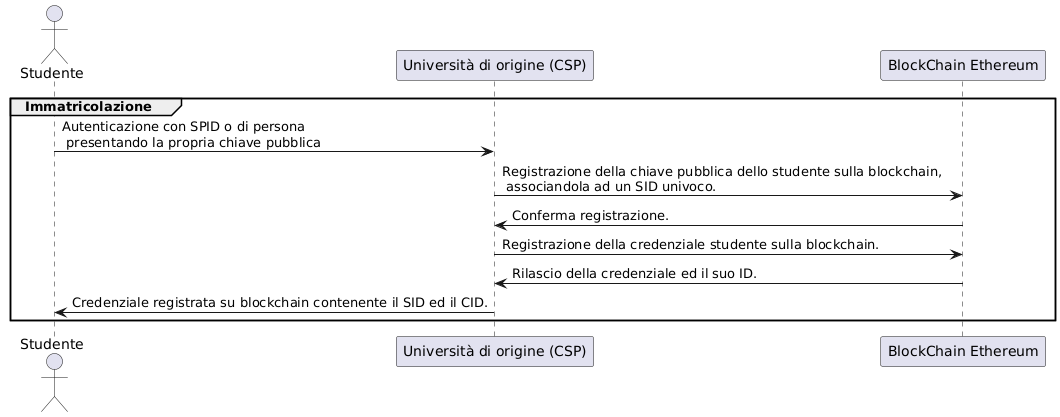
antocarbone/ProjectWorkAPS keeps this PlantUML diagram as UML/ImmatricolazioneUNISA.png. Above is the earlier version. Source of this version:
```plantuml
@startuml
actor Studente as s
    participant "Università di origine (CSP)" as uorigin
    participant "BlockChain Ethereum" as ether

    group Immatricolazione
    s -> uorigin : Autenticazione con SPID o di persona\n presentando la propria chiave pubblica

    uorigin -> ether : Registrazione della chiave pubblica dello studente sulla blockchain, \n associandola ad un SID univoco.
    ether -> uorigin : Conferma registrazione.
    uorigin -> ether : Registrazione della credenziale studente sulla blockchain.
    ether -> uorigin : Rilascio della credenziale ed il suo ID.
    uorigin ->  s : Credenziale registrata su blockchain contenente il SID ed il CID.
    end
@enduml
```
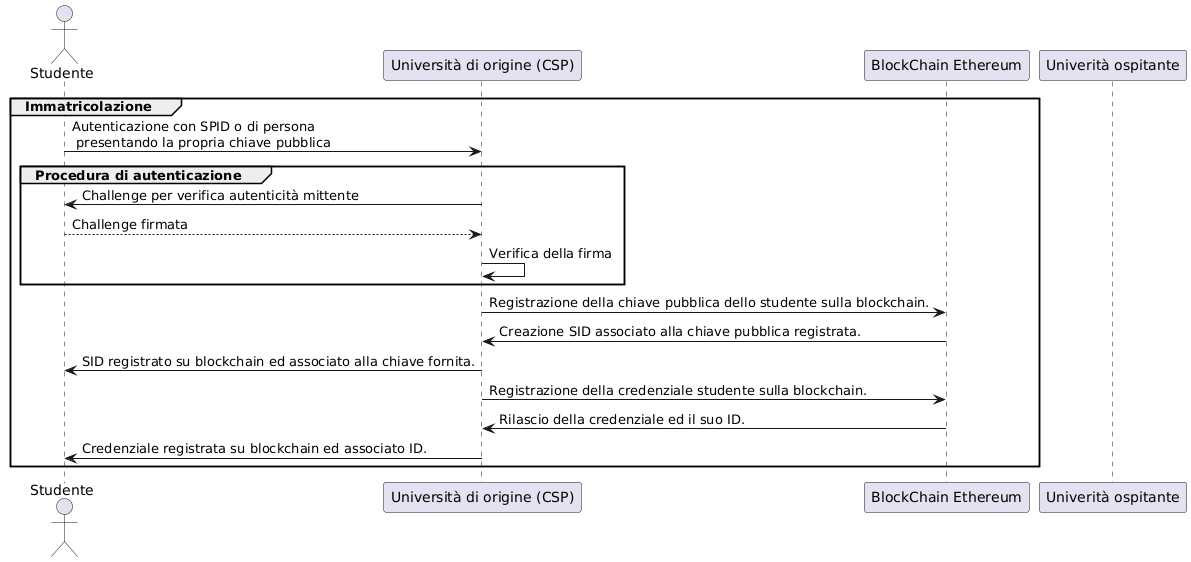
Later version of the same file.

Commit message:
fix uml immatricolazione unisa

What changed in the source:
```diff
@@ -2,14 +2,24 @@
 actor Studente as s
     participant "Università di origine (CSP)" as uorigin
     participant "BlockChain Ethereum" as ether
+    participant "Univerità ospitante" as uosp
 
     group Immatricolazione
     s -> uorigin : Autenticazione con SPID o di persona\n presentando la propria chiave pubblica
 
-    uorigin -> ether : Registrazione della chiave pubblica dello studente sulla blockchain, \n associandola ad un SID univoco.
-    ether -> uorigin : Conferma registrazione.
+    group Procedura di autenticazione
+
+        uorigin -> s : Challenge per verifica autenticità mittente
+        s --> uorigin : Challenge firmata
+        uorigin -> uorigin : Verifica della firma
+
+    end
+
+    uorigin -> ether : Registrazione della chiave pubblica dello studente sulla blockchain.
+    ether -> uorigin : Creazione SID associato alla chiave pubblica registrata.
+    uorigin ->  s : SID registrato su blockchain ed associato alla chiave fornita.
     uorigin -> ether : Registrazione della credenziale studente sulla blockchain.
     ether -> uorigin : Rilascio della credenziale ed il suo ID.
-    uorigin ->  s : Credenziale registrata su blockchain contenente il SID ed il CID.
+    uorigin ->  s : Credenziale registrata su blockchain ed associato ID.
     end
 @enduml
```
